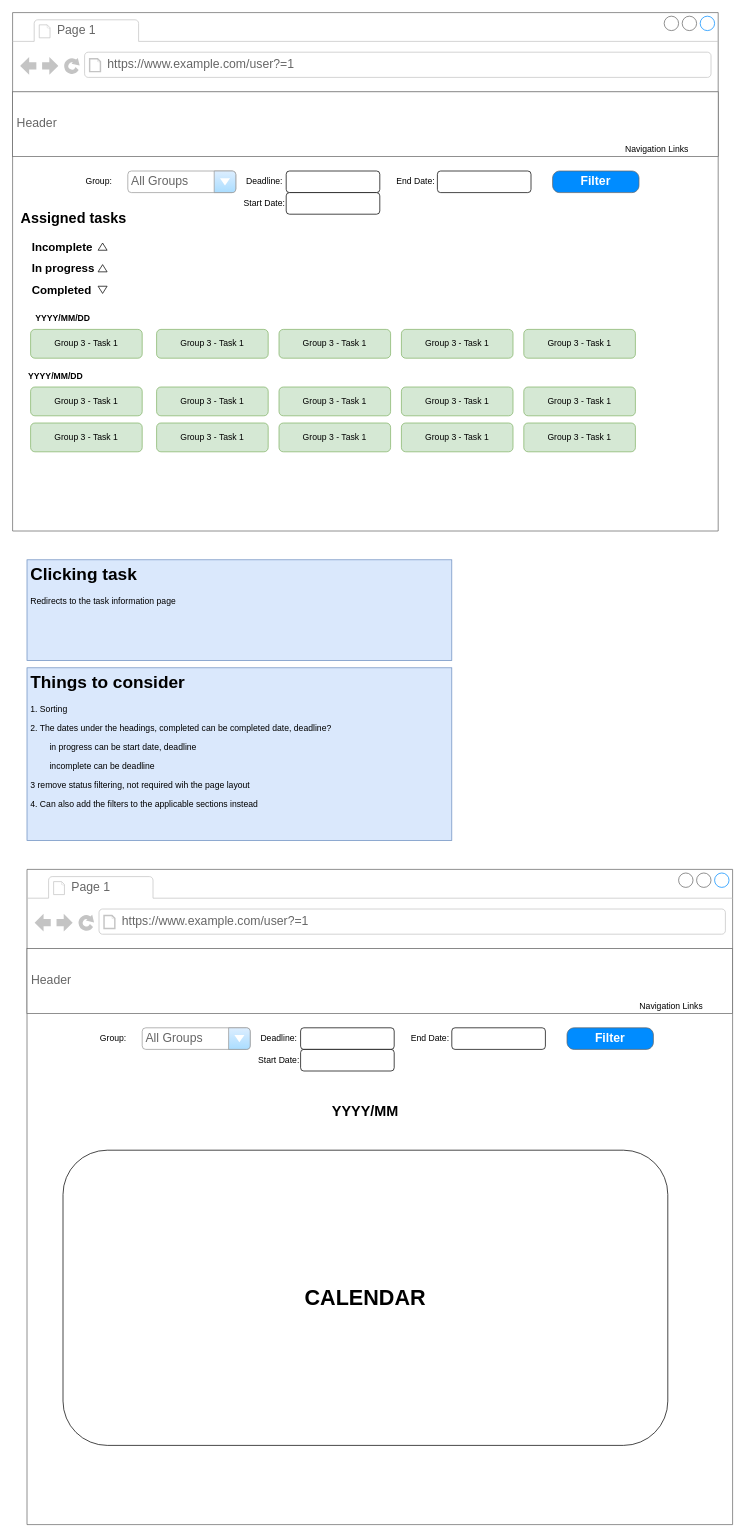
Earlier version of the draw.io diagram other/mockups/GUI/user_page.drawio (qutsimon/GroupTaskManager). Source tidied: cells renumbered, new cells numbered last; positions are measured from the earlier drawing's top-left corner, leaving out a move shared by most shapes. Both pictures are drawn from the tidied source at 72%, with x=0, y=0 at pixel (12, 12).
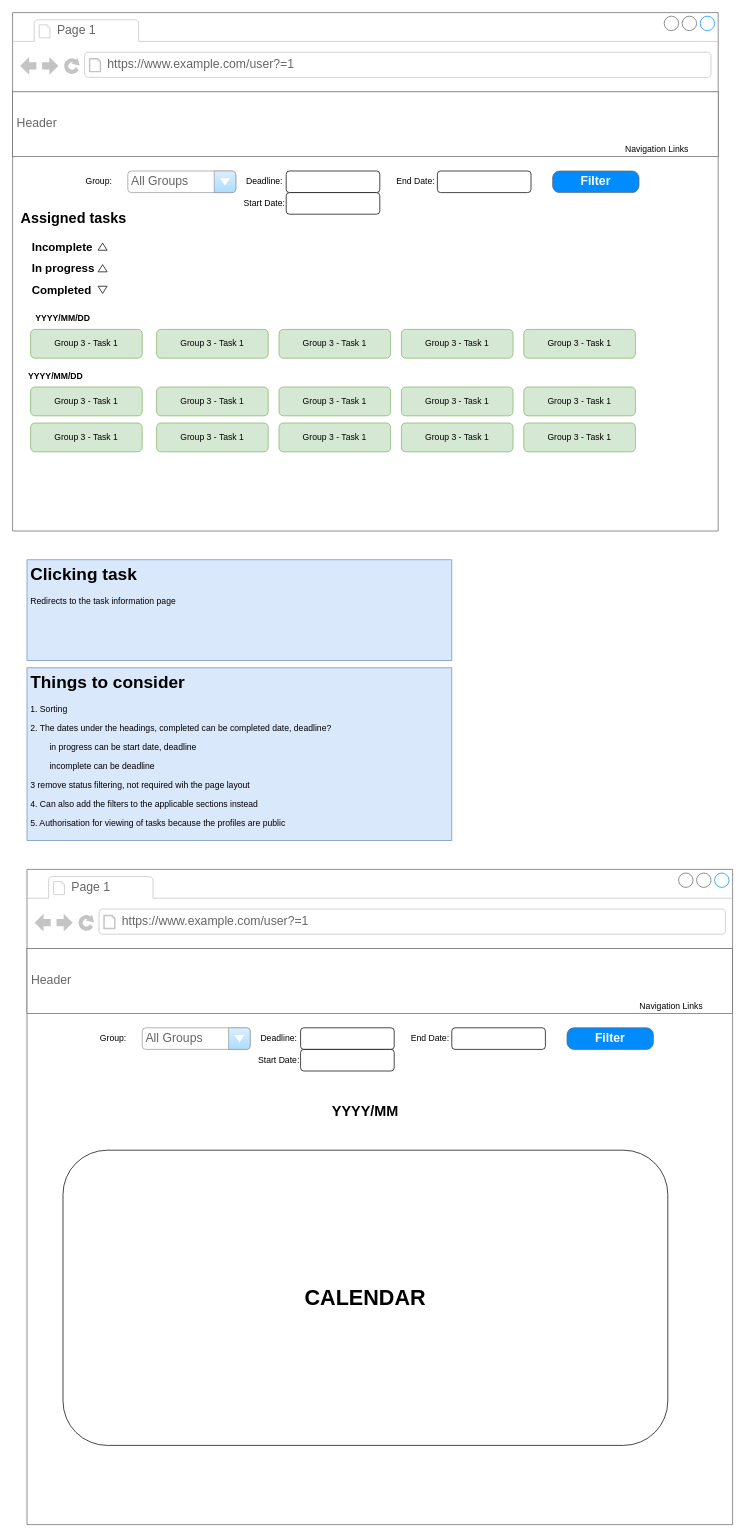
The same page after the edit.

Change to the diagram source:
```diff
@@
-    <mxCell id="45" value="&lt;h1&gt;Things to consider&lt;/h1&gt;&lt;p&gt;1. Sorting&lt;/p&gt;&lt;p&gt;2. The dates under the headings, completed can be completed date, deadline?&lt;/p&gt;&lt;p&gt;&lt;span style=&quot;white-space: pre;&quot;&gt;&#9;&lt;/span&gt;in progress can be start date, deadline&lt;br&gt;&lt;/p&gt;&lt;p&gt;&lt;span style=&quot;white-space: pre;&quot;&gt;&#9;&lt;/span&gt;incomplete can be deadline&lt;br&gt;&lt;/p&gt;&lt;p&gt;3 remove status filtering, not required wih the page layout&lt;/p&gt;&lt;p&gt;4. Can also add the filters to the applicable sections instead&lt;/p&gt;" style="text;html=1;spacing=5;spacingTop=-20;whiteSpace=wrap;overflow=hidden;rounded=0;fillColor=#dae8fc;strokeColor=#6c8ebf;" parent="1" vertex="1">
+    <mxCell id="45" value="&lt;h1&gt;Things to consider&lt;/h1&gt;&lt;p&gt;1. Sorting&lt;/p&gt;&lt;p&gt;2. The dates under the headings, completed can be completed date, deadline?&lt;/p&gt;&lt;p&gt;&lt;span style=&quot;white-space: pre;&quot;&gt;&#9;&lt;/span&gt;in progress can be start date, deadline&lt;br&gt;&lt;/p&gt;&lt;p&gt;&lt;span style=&quot;white-space: pre;&quot;&gt;&#9;&lt;/span&gt;incomplete can be deadline&lt;br&gt;&lt;/p&gt;&lt;p&gt;3 remove status filtering, not required wih the page layout&lt;/p&gt;&lt;p&gt;4. Can also add the filters to the applicable sections instead&lt;/p&gt;&lt;p&gt;5. Authorisation for viewing of tasks because the profiles are public&lt;/p&gt;" style="text;html=1;spacing=5;spacingTop=-20;whiteSpace=wrap;overflow=hidden;rounded=0;fillColor=#dae8fc;strokeColor=#6c8ebf;" parent="1" vertex="1">
       <mxGeometry x="20" y="910" width="590" height="240" as="geometry" />
     </mxCell>
```
